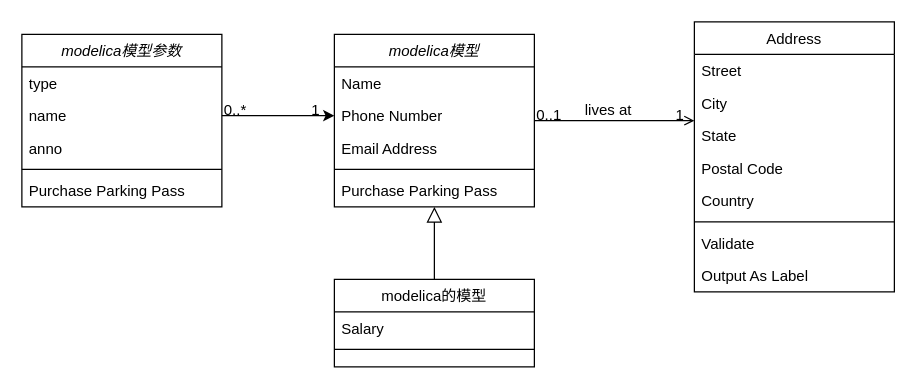
logic233/gojs-react-complex keeps this draw.io diagram as designInfo/未命名绘图.drawio. Above is the earlier version. Source tidied: cells renumbered, new cells numbered last; positions are measured from the earlier drawing's top-left corner, leaving out a move shared by most shapes. Both pictures are drawn from the tidied source at 125%, with x=0, y=0 at pixel (21, 21).
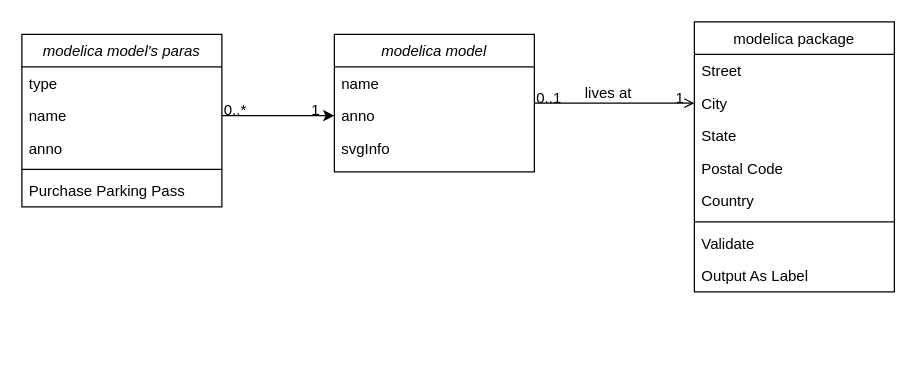
The same page after the edit.

Commit message:
更新未命名绘图.drawio

The edit, as a diff of the source:
```diff
@@
-    <mxCell id="2" value="modelica模型" style="swimlane;fontStyle=2;align=center;verticalAlign=top;horizontal=1;startSize=26;rounded=0;shadow=0;strokeWidth=1;" parent="1" vertex="1">
-      <mxGeometry x="250" y="10" width="160" height="138" as="geometry" />
+    <mxCell id="2" value="modelica model" style="swimlane;fontStyle=2;align=center;verticalAlign=top;horizontal=1;startSize=26;rounded=0;shadow=0;strokeWidth=1;" parent="1" vertex="1">
+      <mxGeometry x="250" y="10" width="160" height="110" as="geometry" />
     </mxCell>
-    <mxCell id="3" value="Name" style="text;align=left;verticalAlign=top;spacingLeft=4;spacingRight=4;overflow=hidden;" parent="2" vertex="1">
+    <mxCell id="3" value="name" style="text;align=left;verticalAlign=top;spacingLeft=4;spacingRight=4;overflow=hidden;" parent="2" vertex="1">
       <mxGeometry y="26" width="160" height="26" as="geometry" />
     </mxCell>
-    <mxCell id="4" value="Phone Number" style="text;align=left;verticalAlign=top;spacingLeft=4;spacingRight=4;overflow=hidden;points=[[0,0.5],[1,0.5]];portConstraint=eastwest;rounded=0;shadow=0;html=0;" parent="2" vertex="1">
+    <mxCell id="4" value="anno" style="text;align=left;verticalAlign=top;spacingLeft=4;spacingRight=4;overflow=hidden;points=[[0,0.5],[1,0.5]];portConstraint=eastwest;rounded=0;shadow=0;html=0;" parent="2" vertex="1">
       <mxGeometry y="52" width="160" height="26" as="geometry" />
     </mxCell>
-    <mxCell id="5" value="Email Address" style="text;align=left;verticalAlign=top;spacingLeft=4;spacingRight=4;overflow=hidden;rounded=0;shadow=0;html=0;" parent="2" vertex="1">
-      <mxGeometry y="78" width="160" height="26" as="geometry" />
-    </mxCell>
-    <mxCell id="6" style="line;html=1;strokeWidth=1;align=left;verticalAlign=middle;spacingTop=-1;spacingLeft=3;spacingRight=3;labelPosition=right;" parent="2" vertex="1">
-      <mxGeometry y="104" width="160" height="8" as="geometry" />
-    </mxCell>
-    <mxCell id="7" value="Purchase Parking Pass" style="text;align=left;verticalAlign=top;spacingLeft=4;spacingRight=4;overflow=hidden;" parent="2" vertex="1">
-      <mxGeometry y="112" width="160" height="26" as="geometry" />
-    </mxCell>
-    <mxCell id="8" value="modelica的模型" style="swimlane;fontStyle=0;align=center;verticalAlign=top;horizontal=1;startSize=26;rounded=0;shadow=0;strokeWidth=1;" parent="1" vertex="1">
-      <mxGeometry x="250" y="206" width="160" height="70" as="geometry" />
-    </mxCell>
-    <mxCell id="9" value="Salary" style="text;align=left;verticalAlign=top;spacingLeft=4;spacingRight=4;overflow=hidden;" parent="8" vertex="1">
-      <mxGeometry y="26" width="160" height="26" as="geometry" />
-    </mxCell>
-    <mxCell id="10" style="line;html=1;strokeWidth=1;align=left;verticalAlign=middle;spacingTop=-1;spacingLeft=3;spacingRight=3;labelPosition=right;" parent="8" vertex="1">
-      <mxGeometry y="52" width="160" height="8" as="geometry" />
-    </mxCell>
-    <mxCell id="11" style="endArrow=block;endSize=10;endFill=0;shadow=0;strokeWidth=1;rounded=0;edgeStyle=elbowEdgeStyle;elbow=vertical;" parent="1" edge="1" source="8" target="2">
-      <mxGeometry relative="1" as="geometry" />
-    </mxCell>
+    <mxCell id="34" value="svgInfo" style="text;align=left;verticalAlign=top;spacingLeft=4;spacingRight=4;overflow=hidden;rounded=0;shadow=0;html=0;" parent="2" vertex="1">
+      <mxGeometry y="78" width="160" height="26" as="geometry" />
+    </mxCell>
-    <mxCell id="12" value="Address" style="swimlane;fontStyle=0;align=center;verticalAlign=top;horizontal=1;startSize=26;rounded=0;shadow=0;strokeWidth=1;" parent="1" vertex="1">
+    <mxCell id="12" value="modelica package" style="swimlane;fontStyle=0;align=center;verticalAlign=top;horizontal=1;startSize=26;rounded=0;shadow=0;strokeWidth=1;" parent="1" vertex="1">
       <mxGeometry x="538" width="160" height="216" as="geometry" />
     </mxCell>
@@
-    <mxCell id="25" value="modelica模型参数" style="swimlane;fontStyle=2;align=center;verticalAlign=top;horizontal=1;startSize=26;rounded=0;shadow=0;strokeWidth=1;" parent="1" vertex="1">
+    <mxCell id="25" value="modelica model's paras" style="swimlane;fontStyle=2;align=center;verticalAlign=top;horizontal=1;startSize=26;rounded=0;shadow=0;strokeWidth=1;" parent="1" vertex="1">
       <mxGeometry y="10" width="160" height="138" as="geometry" />
     </mxCell>
```
